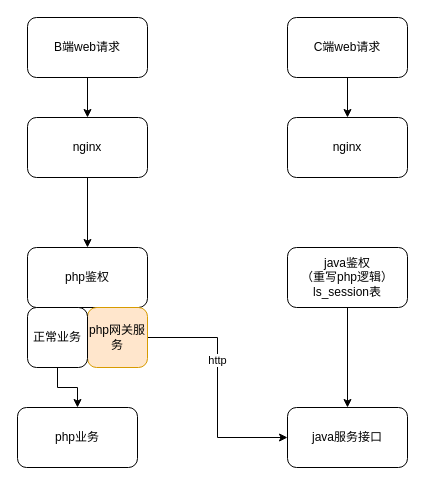
Earlier version of the draw.io diagram 小程序php转java调用架构图.drawio (dfqxyfy/image). Source tidied: cells renumbered, new cells numbered last; positions are measured from the earlier drawing's top-left corner, leaving out a move shared by most shapes. Both pictures are drawn from the tidied source at 100%, with x=0, y=0 at pixel (17, 17).
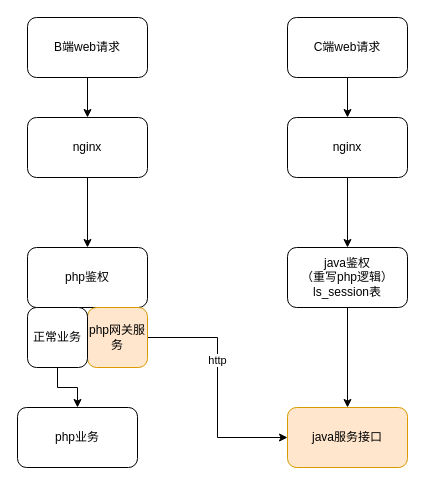
Above is the later version.

Commit message (it also covers changes not shown here):
更新小程序php转java调用架构图.drawio

The edit, as a diff of the source:
```diff
@@
 <mxGraphModel>
   <root>
     <mxCell id="0" />
     <mxCell id="1" parent="0" />
     <mxCell id="2" style="edgeStyle=orthogonalEdgeStyle;rounded=0;jettySize=auto;html=1;entryX=0.5;entryY=0;entryDx=0;entryDy=0;" parent="1" edge="1" source="3" target="5">
       <mxGeometry relative="1" as="geometry" />
     </mxCell>
     <mxCell id="3" value="B端web请求" style="rounded=1;whiteSpace=wrap;html=1;" parent="1" vertex="1">
       <mxGeometry x="10" width="120" height="60" as="geometry" />
     </mxCell>
     <mxCell id="4" style="edgeStyle=orthogonalEdgeStyle;rounded=0;jettySize=auto;html=1;entryX=0.5;entryY=0;entryDx=0;entryDy=0;" parent="1" edge="1" source="5" target="6">
       <mxGeometry relative="1" as="geometry" />
     </mxCell>
     <mxCell id="5" value="nginx" style="rounded=1;whiteSpace=wrap;html=1;" parent="1" vertex="1">
       <mxGeometry x="10" y="100" width="120" height="60" as="geometry" />
     </mxCell>
     <mxCell id="6" value="php鉴权" style="rounded=1;whiteSpace=wrap;html=1;" parent="1" vertex="1">
       <mxGeometry x="10" y="230" width="120" height="60" as="geometry" />
     </mxCell>
     <mxCell id="7" style="edgeStyle=orthogonalEdgeStyle;rounded=0;jettySize=auto;html=1;entryX=0;entryY=0.5;entryDx=0;entryDy=0;" parent="1" edge="1" source="9" target="10">
       <mxGeometry relative="1" as="geometry" />
     </mxCell>
     <mxCell id="8" value="http" style="edgeLabel;html=1;align=center;verticalAlign=middle;" parent="7" vertex="1">
       <mxGeometry x="-0.23" y="-1" relative="1" as="geometry" />
     </mxCell>
     <mxCell id="9" value="php网关服务" style="rounded=1;whiteSpace=wrap;html=1;fillColor=#ffe6cc;strokeColor=#d79b00;" parent="1" vertex="1">
       <mxGeometry x="70" y="290" width="60" height="60" as="geometry" />
     </mxCell>
-    <mxCell id="10" value="java服务接口" style="rounded=1;whiteSpace=wrap;html=1;" parent="1" vertex="1">
+    <mxCell id="10" value="java服务接口" style="rounded=1;whiteSpace=wrap;html=1;fillColor=#ffe6cc;strokeColor=#d79b00;" parent="1" vertex="1">
       <mxGeometry x="270" y="390" width="120" height="60" as="geometry" />
     </mxCell>
     <mxCell id="11" style="edgeStyle=orthogonalEdgeStyle;rounded=0;jettySize=auto;html=1;entryX=0.5;entryY=0;entryDx=0;entryDy=0;" parent="1" edge="1" source="12" target="18">
       <mxGeometry relative="1" as="geometry" />
     </mxCell>
     <mxCell id="12" value="正常业务" style="rounded=1;whiteSpace=wrap;html=1;" parent="1" vertex="1">
       <mxGeometry x="10" y="290" width="60" height="60" as="geometry" />
     </mxCell>
     <mxCell id="13" style="edgeStyle=orthogonalEdgeStyle;rounded=0;jettySize=auto;html=1;" parent="1" edge="1" source="14" target="15">
       <mxGeometry relative="1" as="geometry" />
     </mxCell>
     <mxCell id="14" value="C端web请求" style="rounded=1;whiteSpace=wrap;html=1;" parent="1" vertex="1">
       <mxGeometry x="270" width="120" height="60" as="geometry" />
     </mxCell>
+    <mxCell id="19" style="edgeStyle=orthogonalEdgeStyle;rounded=0;jettySize=auto;html=1;entryX=0.5;entryY=0;entryDx=0;entryDy=0;" parent="1" edge="1" source="15" target="17">
+      <mxGeometry relative="1" as="geometry" />
+    </mxCell>
     <mxCell id="15" value="nginx" style="rounded=1;whiteSpace=wrap;html=1;" parent="1" vertex="1">
       <mxGeometry x="270" y="100" width="120" height="60" as="geometry" />
     </mxCell>
     <mxCell id="16" style="edgeStyle=orthogonalEdgeStyle;rounded=0;jettySize=auto;html=1;entryX=0.5;entryY=0;entryDx=0;entryDy=0;" parent="1" edge="1" source="17" target="10">
       <mxGeometry relative="1" as="geometry" />
     </mxCell>
     <mxCell id="17" value="java鉴权&lt;br&gt;（重写php逻辑）&lt;br&gt;ls_session表" style="rounded=1;whiteSpace=wrap;html=1;" parent="1" vertex="1">
       <mxGeometry x="270" y="230" width="120" height="60" as="geometry" />
     </mxCell>
     <mxCell id="18" value="php业务" style="rounded=1;whiteSpace=wrap;html=1;" parent="1" vertex="1">
       <mxGeometry y="390" width="120" height="60" as="geometry" />
     </mxCell>
   </root>
 </mxGraphModel>
```
